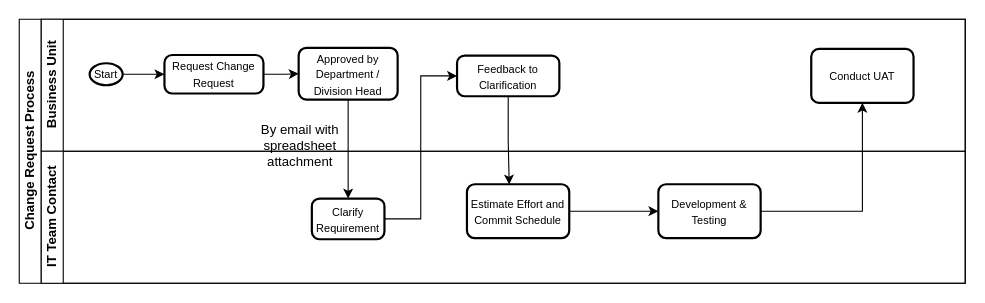
This is page "AS-IS Process Flow" (1 of 3) of Untitled Diagram.drawio from whalebig27/change-request-process-diagram, a draw.io file, before an edit. Source tidied: cells renumbered, new cells numbered last; positions are measured from the earlier drawing's top-left corner, leaving out a move shared by most shapes. Both pictures are drawn from the tidied source at 110%, with x=0, y=0 at pixel (19, 19).
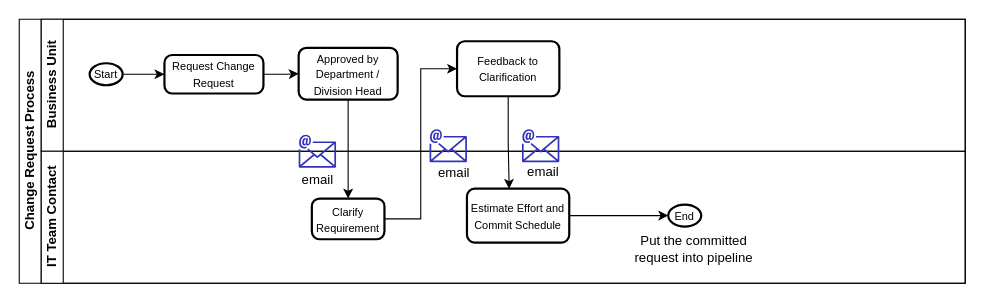
The same page after the edit.

Unchanged cells that the change refers to:
```xml
<mxCell id="2" value="Change Request Process" style="swimlane;html=1;horizontal=0;startSize=20;" parent="1" vertex="1">
  <mxGeometry width="860" height="240" as="geometry" />
</mxCell>
<mxCell id="3" value="Business Unit" style="swimlane;html=1;startSize=20;horizontal=0;" parent="2" vertex="1">
  <mxGeometry x="20" width="840" height="120" as="geometry" />
</mxCell>
<mxCell id="11" value="IT Team Contact" style="swimlane;html=1;startSize=20;horizontal=0;" parent="2" vertex="1">
  <mxGeometry x="20" y="120" width="840" height="120" as="geometry" />
</mxCell>
```

Diff of the diagram source:
```diff
@@
     <mxCell id="9" value="&lt;font style=&quot;font-size: 10px&quot;&gt;Feedback to Clarification&lt;/font&gt;" style="rounded=1;whiteSpace=wrap;html=1;absoluteArcSize=1;arcSize=14;strokeWidth=2;" parent="3" vertex="1">
-      <mxGeometry x="378" y="33" width="93" height="37" as="geometry" />
+      <mxGeometry x="378" y="20" width="93" height="50" as="geometry" />
     </mxCell>
-    <mxCell id="10" value="&lt;span style=&quot;font-size: 10px&quot;&gt;Conduct UAT&lt;/span&gt;" style="rounded=1;whiteSpace=wrap;html=1;absoluteArcSize=1;arcSize=14;strokeWidth=2;" parent="3" vertex="1">
-      <mxGeometry x="700" y="27" width="93" height="49" as="geometry" />
-    </mxCell>
@@
-    <mxCell id="13" style="edgeStyle=orthogonalEdgeStyle;rounded=0;jettySize=auto;html=1;" parent="11" edge="1" source="14" target="15">
+    <mxCell id="13" style="edgeStyle=orthogonalEdgeStyle;rounded=0;jettySize=auto;html=1;entryX=0;entryY=0.5;entryDx=0;entryDy=0;entryPerimeter=0;" parent="11" edge="1" source="14" target="26">
       <mxGeometry relative="1" as="geometry" />
     </mxCell>
     <mxCell id="14" value="&lt;font style=&quot;font-size: 10px&quot;&gt;Estimate Effort and Commit Schedule&lt;/font&gt;" style="rounded=1;whiteSpace=wrap;html=1;absoluteArcSize=1;arcSize=14;strokeWidth=2;" parent="11" vertex="1">
-      <mxGeometry x="387" y="30" width="93" height="49" as="geometry" />
+      <mxGeometry x="387" y="34" width="93" height="49" as="geometry" />
     </mxCell>
-    <mxCell id="15" value="&lt;span style=&quot;font-size: 10px&quot;&gt;Development &amp;amp; Testing&lt;/span&gt;" style="rounded=1;whiteSpace=wrap;html=1;absoluteArcSize=1;arcSize=14;strokeWidth=2;" parent="11" vertex="1">
-      <mxGeometry x="561" y="30" width="93" height="49" as="geometry" />
-    </mxCell>
-    <mxCell id="16" value="By email with spreadsheet attachment" style="text;html=1;strokeColor=none;fillColor=none;align=center;verticalAlign=middle;whiteSpace=wrap;rounded=0;" parent="11" vertex="1">
-      <mxGeometry x="190" y="-30" width="91" height="50" as="geometry" />
+    <mxCell id="16" value="email" style="text;html=1;strokeColor=none;fillColor=none;align=center;verticalAlign=middle;whiteSpace=wrap;rounded=0;" parent="11" vertex="1">
+      <mxGeometry x="221.5" y="15" width="59" height="22" as="geometry" />
     </mxCell>
+    <mxCell id="21" style="fontColor=#232F3E;gradientColor=none;fillColor=#3334B9;strokeColor=none;dashed=0;verticalLabelPosition=bottom;verticalAlign=top;align=center;html=1;fontSize=12;fontStyle=0;shape=mxgraph.aws4.email;" parent="11" vertex="1">
+      <mxGeometry x="234" y="-15" width="34" height="30" as="geometry" />
+    </mxCell>
+    <mxCell id="22" style="fontColor=#232F3E;gradientColor=none;fillColor=#3334B9;strokeColor=none;dashed=0;verticalLabelPosition=bottom;verticalAlign=top;align=center;html=1;fontSize=12;fontStyle=0;shape=mxgraph.aws4.email;" parent="11" vertex="1">
+      <mxGeometry x="353" y="-20" width="34" height="30" as="geometry" />
+    </mxCell>
+    <mxCell id="23" style="fontColor=#232F3E;gradientColor=none;fillColor=#3334B9;strokeColor=none;dashed=0;verticalLabelPosition=bottom;verticalAlign=top;align=center;html=1;fontSize=12;fontStyle=0;shape=mxgraph.aws4.email;" parent="11" vertex="1">
+      <mxGeometry x="437" y="-20" width="34" height="30" as="geometry" />
+    </mxCell>
+    <mxCell id="24" value="email" style="text;html=1;strokeColor=none;fillColor=none;align=center;verticalAlign=middle;whiteSpace=wrap;rounded=0;" parent="11" vertex="1">
+      <mxGeometry x="345.5" y="9" width="59" height="22" as="geometry" />
+    </mxCell>
+    <mxCell id="25" value="email" style="text;html=1;strokeColor=none;fillColor=none;align=center;verticalAlign=middle;whiteSpace=wrap;rounded=0;" parent="11" vertex="1">
+      <mxGeometry x="426.5" y="8" width="59" height="22" as="geometry" />
+    </mxCell>
+    <mxCell id="26" value="&lt;font style=&quot;font-size: 10px&quot;&gt;End&lt;/font&gt;" style="strokeWidth=2;html=1;shape=mxgraph.flowchart.start_1;whiteSpace=wrap;" parent="11" vertex="1">
+      <mxGeometry x="570" y="48.5" width="30" height="20" as="geometry" />
+    </mxCell>
+    <mxCell id="27" value="Put the committed request into pipeline" style="text;html=1;strokeColor=none;fillColor=none;align=center;verticalAlign=middle;whiteSpace=wrap;rounded=0;" parent="11" vertex="1">
+      <mxGeometry x="537" y="70" width="113" height="38" as="geometry" />
+    </mxCell>
@@
-    <mxCell id="20" style="edgeStyle=orthogonalEdgeStyle;rounded=0;jettySize=auto;html=1;" parent="2" edge="1" source="15" target="10">
-      <mxGeometry relative="1" as="geometry" />
-    </mxCell>
```
